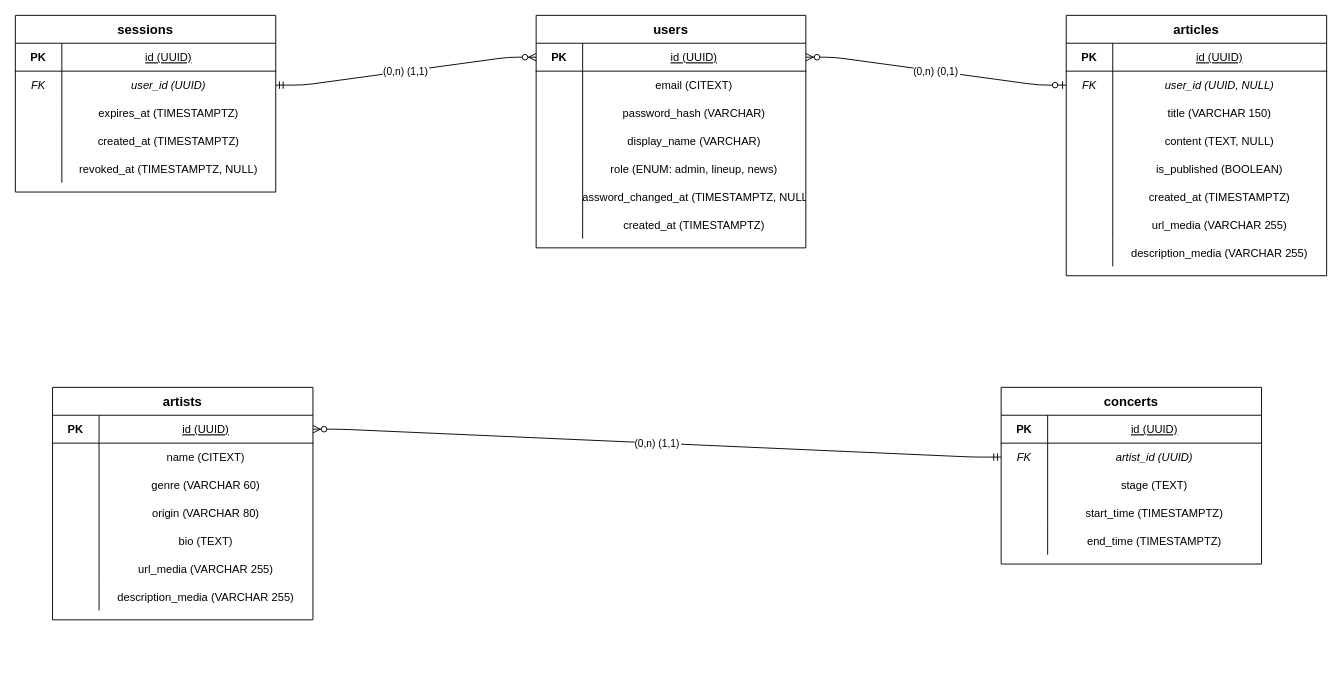
Above: bd/mld_vindhellfest.drawio in aurelienrnd/FestApp (draw.io), before the change. Source tidied: cells renumbered, new cells numbered last; positions are measured from the earlier drawing's top-left corner, leaving out a move shared by most shapes. Both pictures are drawn from the tidied source at 93%, with x=0, y=0 at pixel (15, 15).
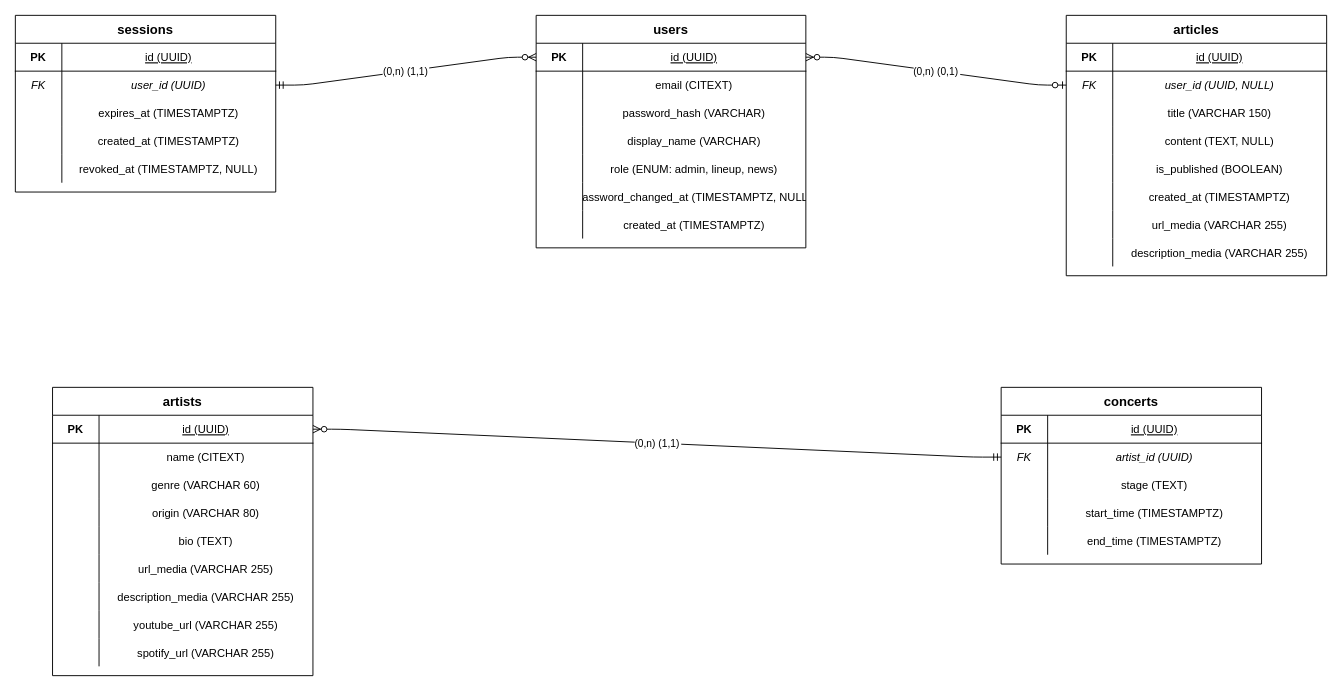
The same diagram, later.

Commit message (it also covers changes not shown here):
feat(bd): add youtube_url and spotify_url columns to artists table

What changed in the source:
```diff
@@
     <mxCell id="65" value="artists" style="shape=table;startSize=30;childLayout=tableLayout;rowLines=0;fontStyle=1;align=center;fontSize=14;" parent="1" vertex="1">
-      <mxGeometry x="40" y="400" width="280" height="250" as="geometry" />
+      <mxGeometry x="40" y="400" width="280" height="310" as="geometry" />
     </mxCell>
@@
+    <mxCell id="106" style="shape=tableRow;horizontal=0;startSize=0;swimlaneHead=0;swimlaneBody=0;fillColor=none;fontSize=12;top=0;left=0;right=0;bottom=0;" parent="65" vertex="1">
+      <mxGeometry y="240" width="280" height="30" as="geometry" />
+    </mxCell>
+    <mxCell id="107" style="shape=partialRectangle;fillColor=none;top=0;left=0;bottom=0;right=0;overflow=hidden;" parent="106" vertex="1">
+      <mxGeometry width="50" height="30" as="geometry" />
+    </mxCell>
+    <mxCell id="108" value="youtube_url (VARCHAR 255)" style="shape=partialRectangle;fillColor=none;top=0;left=0;bottom=0;right=0;overflow=hidden;" parent="106" vertex="1">
+      <mxGeometry x="50" width="230" height="30" as="geometry" />
+    </mxCell>
+    <mxCell id="109" style="shape=tableRow;horizontal=0;startSize=0;swimlaneHead=0;swimlaneBody=0;fillColor=none;fontSize=12;top=0;left=0;right=0;bottom=0;" parent="65" vertex="1">
+      <mxGeometry y="270" width="280" height="30" as="geometry" />
+    </mxCell>
+    <mxCell id="110" style="shape=partialRectangle;fillColor=none;top=0;left=0;bottom=0;right=0;overflow=hidden;" parent="109" vertex="1">
+      <mxGeometry width="50" height="30" as="geometry" />
+    </mxCell>
+    <mxCell id="111" value="spotify_url (VARCHAR 255)" style="shape=partialRectangle;fillColor=none;top=0;left=0;bottom=0;right=0;overflow=hidden;" parent="109" vertex="1">
+      <mxGeometry x="50" width="230" height="30" as="geometry" />
+    </mxCell>
```
